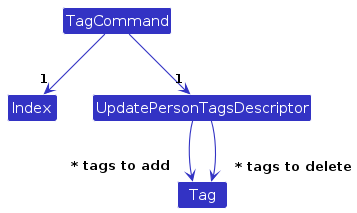
Above: diagrams/tag-feature/TagCommandClassDiagram.png in yucongkoo/tp (PlantUML), before the change. Its source is kept beside it as diagrams/tag-feature/TagCommandClassDiagram.puml. Its diagram source:
```plantuml
@startuml
!include ../style.puml
skinparam arrowThickness 1.1
skinparam arrowColor LOGIC_COLOR
skinparam classBackgroundColor LOGIC_COLOR

Class TagCommand
Class Index
Class UpdatePersonTagsDescriptor
Class Tag

TagCommand --> "1" Index
TagCommand --> "1" UpdatePersonTagsDescriptor
UpdatePersonTagsDescriptor --> "~* tags to add" Tag
UpdatePersonTagsDescriptor --> "~* tags to delete" Tag

@enduml
```
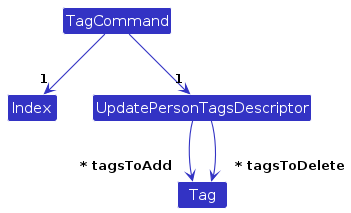
The same diagram one commit later.

Change to the diagram source:
```diff
@@ -11,7 +11,7 @@
 
 TagCommand --> "1" Index
 TagCommand --> "1" UpdatePersonTagsDescriptor
-UpdatePersonTagsDescriptor --> "~* tags to add" Tag
-UpdatePersonTagsDescriptor --> "~* tags to delete" Tag
+UpdatePersonTagsDescriptor --> "~* tagsToAdd" Tag
+UpdatePersonTagsDescriptor --> "~* tagsToDelete" Tag
 
 @enduml
```
